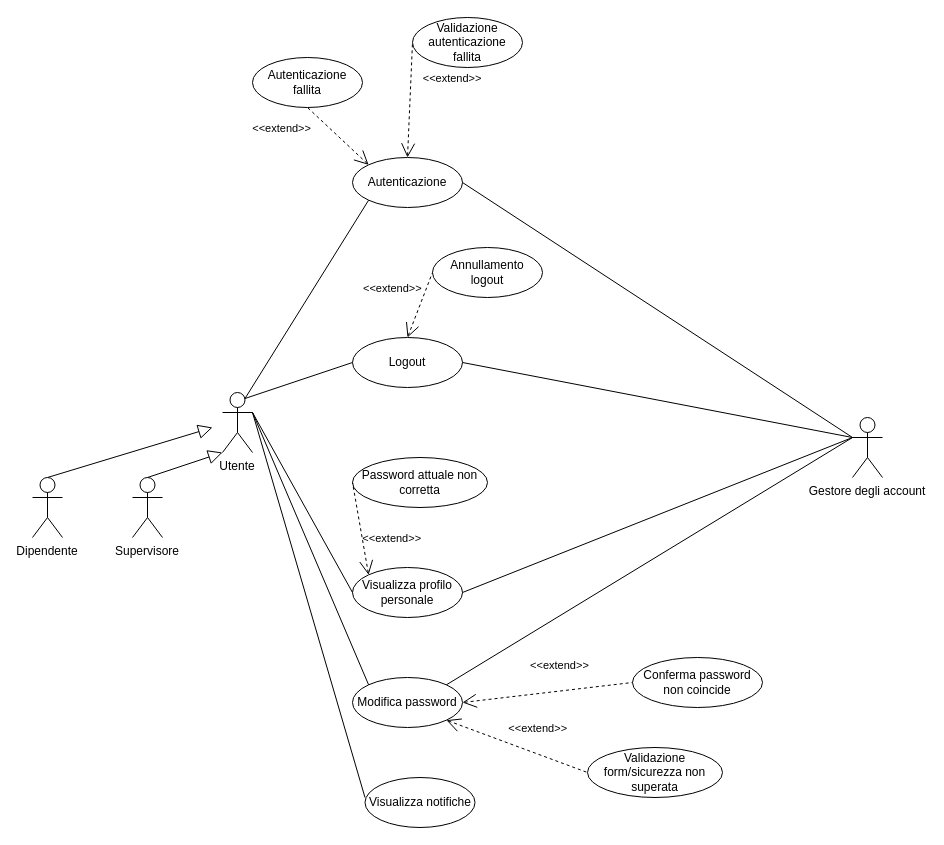
Before: Workspace/RAD/punti singoli - seconda parte/ClassDiagram/rad uc diagram/rad_usecaseDiagram.drawio in GRobustelli/Progetto_EWMS, a draw.io diagram. Source tidied: cells renumbered, new cells numbered last; positions are measured from the earlier drawing's top-left corner, leaving out a move shared by most shapes. Both pictures are drawn from the tidied source at 100%, with x=0, y=0 at pixel (32, 17).
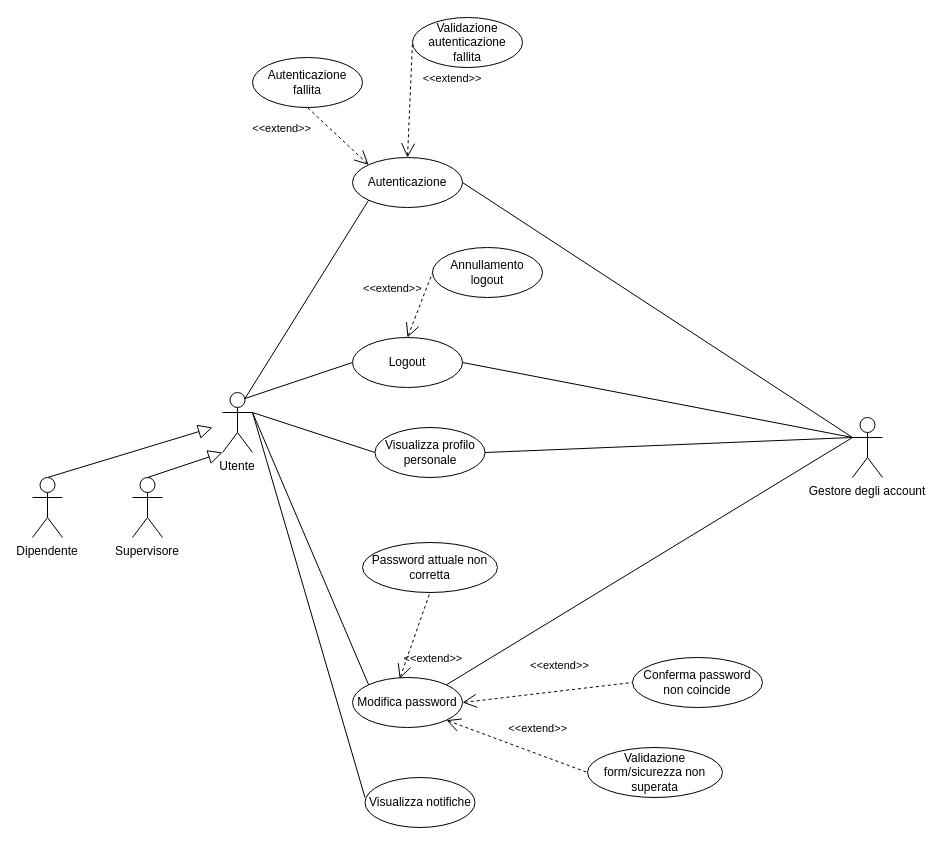
The same page after the edit.

Unchanged cells that the change refers to:
```xml
<mxCell id="12" value="Modifica password" style="ellipse;whiteSpace=wrap;" parent="1" vertex="1">
  <mxGeometry x="320" y="660" width="110" height="50" as="geometry" />
</mxCell>
```

Diff of the diagram source:
```diff
@@
     <mxCell id="11" value="Visualizza profilo personale" style="ellipse;whiteSpace=wrap;" parent="1" vertex="1">
-      <mxGeometry x="320" y="550" width="110" height="50" as="geometry" />
+      <mxGeometry x="342.5" y="410" width="110" height="50" as="geometry" />
     </mxCell>
@@
     <mxCell id="13" value="Password attuale non corretta" style="ellipse;whiteSpace=wrap;" parent="1" vertex="1">
-      <mxGeometry x="320" y="440" width="135" height="50" as="geometry" />
+      <mxGeometry x="330" y="525" width="135" height="50" as="geometry" />
     </mxCell>
@@
-    <mxCell id="20" value="&lt;&lt;extend&gt;&gt;" style="edgeStyle=none;startArrow=open;endArrow=none;startSize=12;verticalAlign=bottom;dashed=1;labelBackgroundColor=none;rounded=0;entryX=0;entryY=0.5;entryDx=0;entryDy=0;exitX=0;exitY=0;exitDx=0;exitDy=0;" parent="1" edge="1" source="11" target="13">
+    <mxCell id="20" value="&lt;&lt;extend&gt;&gt;" style="edgeStyle=none;startArrow=open;endArrow=none;startSize=12;verticalAlign=bottom;dashed=1;labelBackgroundColor=none;rounded=0;entryX=0.5;entryY=1;entryDx=0;entryDy=0;exitX=0.429;exitY=0.024;exitDx=0;exitDy=0;exitPerimeter=0;" parent="1" edge="1" source="12" target="13">
       <mxGeometry x="-0.51" y="-28" relative="1" as="geometry" />
     </mxCell>
```
